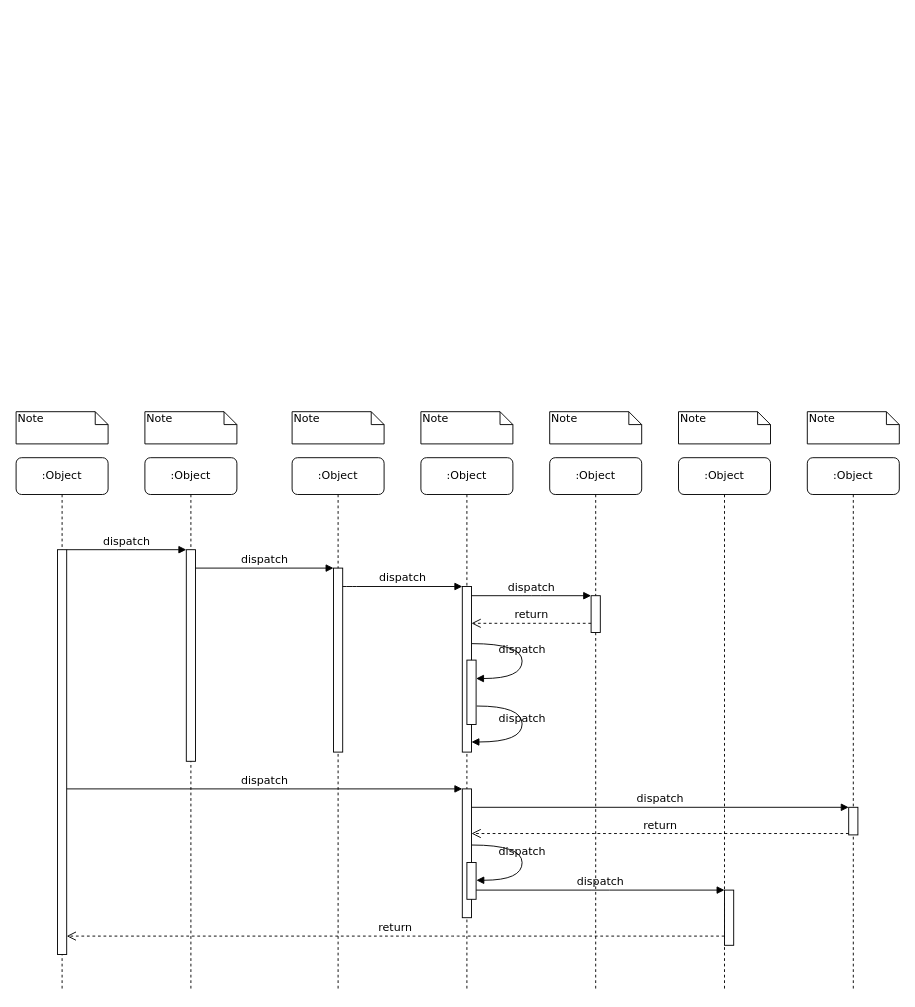
Earlier version of the draw.io diagram page "ekiga_main" (1 of 3) of sdk_int.drawio (GavinLook/videolearning). Source tidied: cells renumbered, new cells numbered last; positions are measured from the earlier drawing's top-left corner, leaving out a move shared by most shapes. Both pictures are drawn from the tidied source at 92%, with x=0, y=0 at pixel (16, 411).
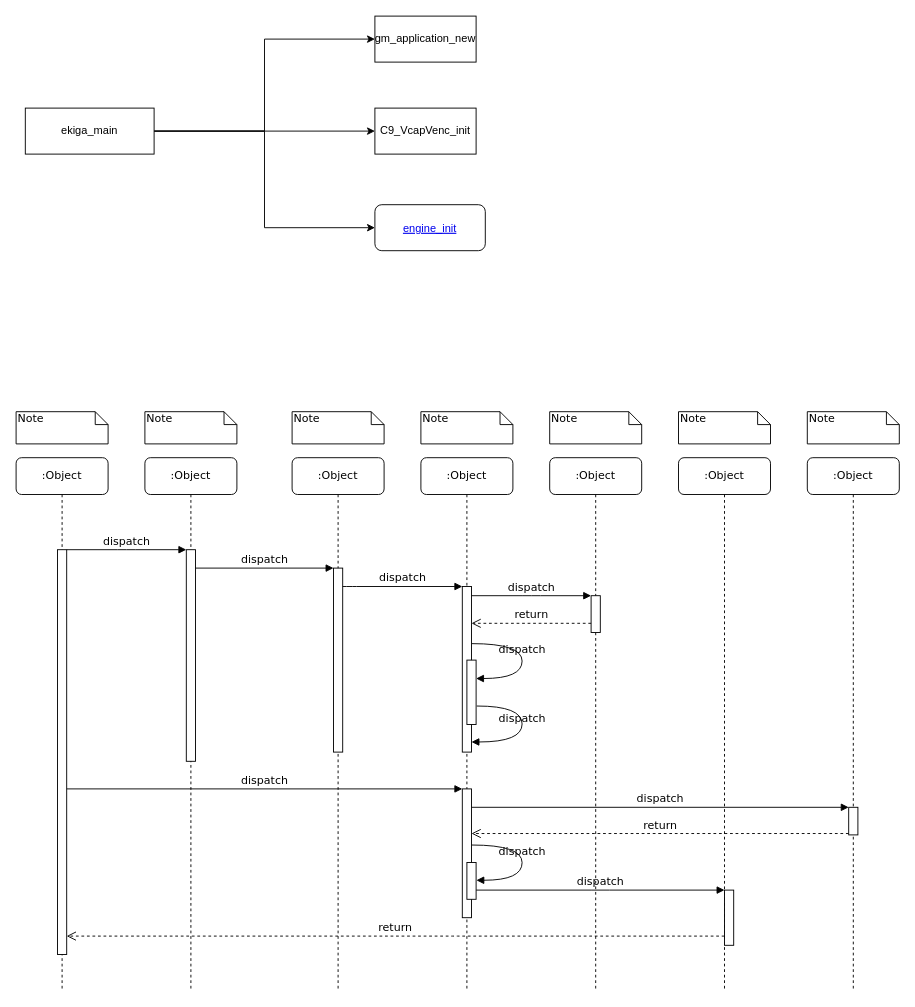
The same page after the edit.

Diff of the diagram source:
```diff
@@
+    <mxCell id="37" value="Note" style="shape=note;whiteSpace=wrap;html=1;size=14;verticalAlign=top;align=left;spacingTop=-6;rounded=0;shadow=0;comic=0;labelBackgroundColor=none;strokeWidth=1;fontFamily=Verdana;fontSize=12;" parent="1" vertex="1">
+      <mxGeometry x="720" width="100" height="35" as="geometry" />
+    </mxCell>
@@
-    <mxCell id="37" value="Note" style="shape=note;whiteSpace=wrap;html=1;size=14;verticalAlign=top;align=left;spacingTop=-6;rounded=0;shadow=0;comic=0;labelBackgroundColor=none;strokeWidth=1;fontFamily=Verdana;fontSize=12;" parent="1" vertex="1">
-      <mxGeometry x="720" width="100" height="35" as="geometry" />
-    </mxCell>
@@
+    <mxCell id="39" style="edgeStyle=orthogonalEdgeStyle;rounded=0;jettySize=auto;html=1;" parent="1" edge="1" source="42" target="45">
+      <mxGeometry relative="1" as="geometry" />
+    </mxCell>
+    <mxCell id="40" style="edgeStyle=orthogonalEdgeStyle;rounded=0;jettySize=auto;html=1;entryX=0;entryY=0.5;entryDx=0;entryDy=0;" parent="1" edge="1" source="42" target="44">
+      <mxGeometry relative="1" as="geometry" />
+    </mxCell>
+    <mxCell id="41" style="edgeStyle=orthogonalEdgeStyle;rounded=0;jettySize=auto;html=1;exitX=1;exitY=0.5;exitDx=0;exitDy=0;entryX=0;entryY=0.5;entryDx=0;entryDy=0;" parent="1" edge="1" source="42" target="43">
+      <mxGeometry relative="1" as="geometry" />
+    </mxCell>
+    <mxCell id="42" value="ekiga_main" style="html=1;whiteSpace=wrap;" parent="1" vertex="1">
+      <mxGeometry x="10" y="-330" width="140" height="50" as="geometry" />
+    </mxCell>
+    <mxCell id="43" value="engine_init" style="fontColor=#0000EE;fontStyle=4;rounded=1;overflow=hidden;spacing=10;" parent="1" vertex="1">
+      <mxGeometry x="390" y="-225" width="120" height="50" as="geometry" />
+    </mxCell>
+    <mxCell id="44" value="gm_application_new" style="html=1;whiteSpace=wrap;" parent="1" vertex="1">
+      <mxGeometry x="390" y="-430" width="110" height="50" as="geometry" />
+    </mxCell>
+    <mxCell id="45" value="C9_VcapVenc_init" style="html=1;whiteSpace=wrap;" parent="1" vertex="1">
+      <mxGeometry x="390" y="-330" width="110" height="50" as="geometry" />
+    </mxCell>
```
